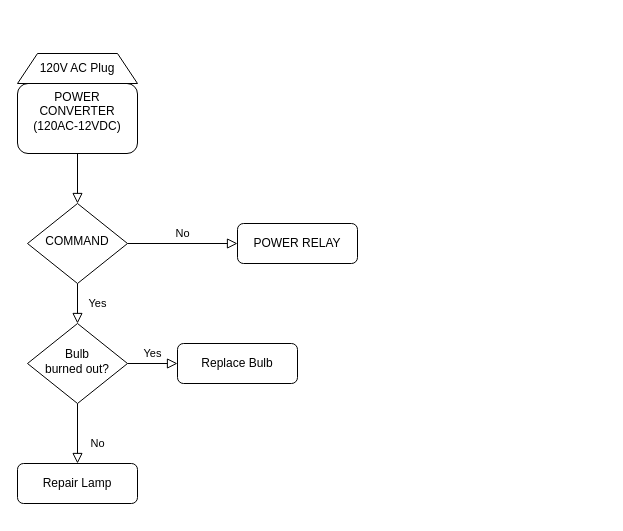
Earlier version of the draw.io diagram Coffee_HighLevel.drawio (liammchugh/HOPE_DECAL). Source tidied: cells renumbered, new cells numbered last; positions are measured from the earlier drawing's top-left corner, leaving out a move shared by most shapes. Both pictures are drawn from the tidied source at 100%, with x=0, y=0 at pixel (17, 53).
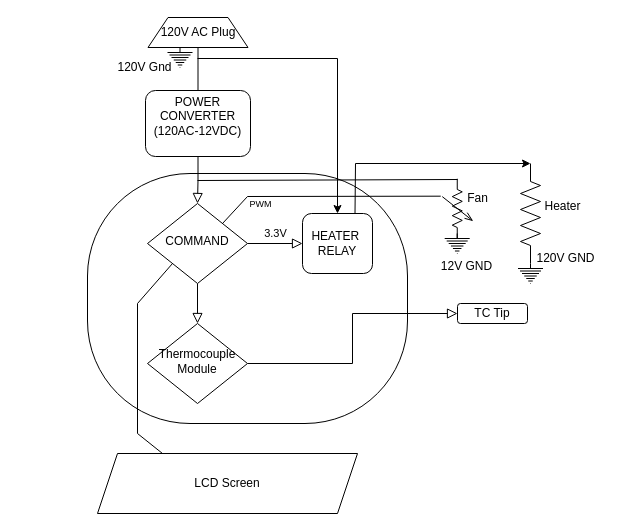
The same diagram, later.

Change to the diagram source:
```diff
@@
+    <mxCell id="14" style="rounded=1;whiteSpace=wrap;html=1;arcSize=41;" parent="1" vertex="1">
+      <mxGeometry x="70" y="120" width="320" height="250" as="geometry" />
+    </mxCell>
@@
     <mxCell id="3" value="POWER CONVERTER&lt;div&gt;(120AC-12VDC)&lt;br&gt;&lt;div&gt;&lt;br&gt;&lt;/div&gt;&lt;/div&gt;" style="rounded=1;whiteSpace=wrap;html=1;fontSize=12;glass=0;strokeWidth=1;shadow=0;" parent="1" vertex="1">
-      <mxGeometry y="30" width="120" height="70" as="geometry" />
+      <mxGeometry x="128" y="37" width="105" height="66" as="geometry" />
     </mxCell>
-    <mxCell id="4" value="Yes" style="rounded=0;html=1;jettySize=auto;fontSize=11;endArrow=block;endFill=0;endSize=8;strokeWidth=1;shadow=0;labelBackgroundColor=none;edgeStyle=orthogonalEdgeStyle;" parent="1" edge="1" source="6" target="10">
+    <mxCell id="4" style="rounded=0;html=1;jettySize=auto;fontSize=11;endArrow=block;endFill=0;endSize=8;strokeWidth=1;shadow=0;labelBackgroundColor=none;edgeStyle=orthogonalEdgeStyle;" parent="1" edge="1" source="6" target="10">
       <mxGeometry y="20" relative="1" as="geometry" />
     </mxCell>
-    <mxCell id="5" value="No" style="edgeStyle=orthogonalEdgeStyle;rounded=0;html=1;jettySize=auto;fontSize=11;endArrow=block;endFill=0;endSize=8;strokeWidth=1;shadow=0;labelBackgroundColor=none;" parent="1" edge="1" source="6" target="7">
+    <mxCell id="5" value="3.3V" style="edgeStyle=orthogonalEdgeStyle;rounded=0;html=1;jettySize=auto;fontSize=11;endArrow=block;endFill=0;endSize=8;strokeWidth=1;shadow=0;labelBackgroundColor=none;" parent="1" edge="1" source="6" target="7">
       <mxGeometry y="10" relative="1" as="geometry" />
     </mxCell>
     <mxCell id="6" value="COMMAND" style="rhombus;whiteSpace=wrap;html=1;shadow=0;fontFamily=Helvetica;fontSize=12;align=center;strokeWidth=1;spacing=6;spacingTop=-4;" parent="1" vertex="1">
-      <mxGeometry x="10" y="150" width="100" height="80" as="geometry" />
+      <mxGeometry x="130" y="150" width="100" height="80" as="geometry" />
     </mxCell>
-    <mxCell id="7" value="POWER RELAY" style="rounded=1;whiteSpace=wrap;html=1;fontSize=12;glass=0;strokeWidth=1;shadow=0;" parent="1" vertex="1">
-      <mxGeometry x="220" y="170" width="120" height="40" as="geometry" />
+    <mxCell id="7" value="HEATER&amp;nbsp;&lt;div&gt;RELAY&lt;/div&gt;" style="rounded=1;whiteSpace=wrap;html=1;fontSize=12;glass=0;strokeWidth=1;shadow=0;" parent="1" vertex="1">
+      <mxGeometry x="285" y="160" width="70" height="60" as="geometry" />
     </mxCell>
-    <mxCell id="8" value="No" style="rounded=0;html=1;jettySize=auto;fontSize=11;endArrow=block;endFill=0;endSize=8;strokeWidth=1;shadow=0;labelBackgroundColor=none;edgeStyle=orthogonalEdgeStyle;" parent="1" edge="1" source="10" target="11">
-      <mxGeometry x="0.33" y="20" relative="1" as="geometry" />
-    </mxCell>
-    <mxCell id="9" value="Yes" style="edgeStyle=orthogonalEdgeStyle;rounded=0;html=1;jettySize=auto;fontSize=11;endArrow=block;endFill=0;endSize=8;strokeWidth=1;shadow=0;labelBackgroundColor=none;" parent="1" edge="1" source="10" target="12">
+    <mxCell id="9" style="edgeStyle=orthogonalEdgeStyle;rounded=0;html=1;jettySize=auto;fontSize=11;endArrow=block;endFill=0;endSize=8;strokeWidth=1;shadow=0;labelBackgroundColor=none;" parent="1" edge="1" source="10" target="12">
       <mxGeometry y="10" relative="1" as="geometry" />
     </mxCell>
-    <mxCell id="10" value="Bulb&lt;br&gt;burned out?" style="rhombus;whiteSpace=wrap;html=1;shadow=0;fontFamily=Helvetica;fontSize=12;align=center;strokeWidth=1;spacing=6;spacingTop=-4;" parent="1" vertex="1">
-      <mxGeometry x="10" y="270" width="100" height="80" as="geometry" />
+    <mxCell id="10" value="Thermocouple Module" style="rhombus;whiteSpace=wrap;html=1;shadow=0;fontFamily=Helvetica;fontSize=12;align=center;strokeWidth=1;spacing=6;spacingTop=-4;" parent="1" vertex="1">
+      <mxGeometry x="130" y="270" width="100" height="80" as="geometry" />
     </mxCell>
-    <mxCell id="11" value="Repair Lamp" style="rounded=1;whiteSpace=wrap;html=1;fontSize=12;glass=0;strokeWidth=1;shadow=0;" parent="1" vertex="1">
-      <mxGeometry y="410" width="120" height="40" as="geometry" />
-    </mxCell>
-    <mxCell id="12" value="Replace Bulb" style="rounded=1;whiteSpace=wrap;html=1;fontSize=12;glass=0;strokeWidth=1;shadow=0;" parent="1" vertex="1">
-      <mxGeometry x="160" y="290" width="120" height="40" as="geometry" />
+    <mxCell id="12" value="TC Tip" style="rounded=1;whiteSpace=wrap;html=1;fontSize=12;glass=0;strokeWidth=1;shadow=0;" parent="1" vertex="1">
+      <mxGeometry x="440" y="250" width="70" height="20" as="geometry" />
     </mxCell>
     <mxCell id="13" value="120V AC Plug" style="shape=trapezoid;perimeter=trapezoidPerimeter;whiteSpace=wrap;html=1;fixedSize=1;" parent="1" vertex="1">
-      <mxGeometry width="120" height="30" as="geometry" />
+      <mxGeometry x="130.5" y="-36" width="100" height="30" as="geometry" />
     </mxCell>
+    <mxCell id="15" style="endArrow=classic;html=1;rounded=0;entryX=0.5;entryY=0;entryDx=0;entryDy=0;" parent="1" edge="1" target="7">
+      <mxGeometry relative="1" as="geometry">
+        <mxPoint x="180" y="5" as="sourcePoint" />
+        <Array as="points">
+          <mxPoint x="320" y="5" />
+        </Array>
+      </mxGeometry>
+    </mxCell>
+    <mxCell id="16" style="endArrow=classic;html=1;rounded=0;exitX=0.75;exitY=0;exitDx=0;exitDy=0;entryX=0;entryY=0.5;entryDx=0;entryDy=0;entryPerimeter=0;" parent="1" edge="1" source="7" target="17">
+      <mxGeometry relative="1" as="geometry">
+        <Array as="points">
+          <mxPoint x="338" y="110" />
+        </Array>
+      </mxGeometry>
+    </mxCell>
+    <mxCell id="17" style="verticalLabelPosition=bottom;shadow=0;dashed=0;align=center;html=1;verticalAlign=top;shape=mxgraph.electrical.resistors.resistor_2;rotation=90;" parent="1" vertex="1">
+      <mxGeometry x="463" y="150" width="100" height="20" as="geometry" />
+    </mxCell>
+    <mxCell id="18" style="endArrow=none;html=1;rounded=0;entryX=0.5;entryY=1;entryDx=0;entryDy=0;exitX=0.5;exitY=0;exitDx=0;exitDy=0;" parent="1" edge="1" source="3" target="13">
+      <mxGeometry relative="1" as="geometry" />
+    </mxCell>
+    <mxCell id="19" style="verticalLabelPosition=bottom;shadow=0;dashed=0;align=center;html=1;verticalAlign=top;shape=mxgraph.electrical.signal_sources.protective_earth;" parent="1" vertex="1">
+      <mxGeometry x="500.5" y="210" width="25" height="20" as="geometry" />
+    </mxCell>
+    <mxCell id="20" value="120V GND" style="text;html=1;align=center;verticalAlign=middle;strokeColor=none;fillColor=none;" parent="1" vertex="1">
+      <mxGeometry x="508" y="190" width="80" height="30" as="geometry" />
+    </mxCell>
+    <mxCell id="21" style="verticalLabelPosition=bottom;shadow=0;dashed=0;align=center;html=1;verticalAlign=top;shape=mxgraph.electrical.signal_sources.protective_earth;" parent="1" vertex="1">
+      <mxGeometry x="150" y="-6" width="25" height="20" as="geometry" />
+    </mxCell>
+    <mxCell id="22" value="120V Gnd" style="text;html=1;align=center;verticalAlign=middle;strokeColor=none;fillColor=none;" parent="1" vertex="1">
+      <mxGeometry x="87" y="-1" width="80" height="30" as="geometry" />
+    </mxCell>
+    <mxCell id="23" value="Heater" style="text;html=1;align=center;verticalAlign=middle;strokeColor=none;fillColor=none;" parent="1" vertex="1">
+      <mxGeometry x="515" y="138" width="60" height="30" as="geometry" />
+    </mxCell>
+    <mxCell id="24" style="verticalLabelPosition=bottom;shadow=0;dashed=0;align=center;html=1;verticalAlign=top;shape=mxgraph.electrical.resistors.variable_resistor_2;rotation=90;" parent="1" vertex="1">
+      <mxGeometry x="410" y="140" width="59.5" height="30" as="geometry" />
+    </mxCell>
+    <mxCell id="25" value="Fan" style="text;html=1;align=center;verticalAlign=middle;strokeColor=none;fillColor=none;" parent="1" vertex="1">
+      <mxGeometry x="440" y="130" width="40" height="30" as="geometry" />
+    </mxCell>
+    <mxCell id="26" style="endArrow=none;html=1;rounded=0;entryX=0.293;entryY=1.051;entryDx=0;entryDy=0;entryPerimeter=0;exitX=1;exitY=0;exitDx=0;exitDy=0;" parent="1" edge="1" source="6" target="24">
+      <mxGeometry relative="1" as="geometry">
+        <Array as="points">
+          <mxPoint x="230" y="143" />
+        </Array>
+      </mxGeometry>
+    </mxCell>
+    <mxCell id="27" value="&lt;font style=&quot;font-size: 9px;&quot;&gt;PWM&lt;/font&gt;" style="text;html=1;align=center;verticalAlign=middle;strokeColor=none;fillColor=none;" parent="1" vertex="1">
+      <mxGeometry x="218" y="135" width="50" height="30" as="geometry" />
+    </mxCell>
+    <mxCell id="28" style="verticalLabelPosition=bottom;shadow=0;dashed=0;align=center;html=1;verticalAlign=top;shape=mxgraph.electrical.signal_sources.protective_earth;" parent="1" vertex="1">
+      <mxGeometry x="427.2" y="180" width="25" height="20" as="geometry" />
+    </mxCell>
+    <mxCell id="29" value="12V GND" style="text;html=1;align=center;verticalAlign=middle;strokeColor=none;fillColor=none;" parent="1" vertex="1">
+      <mxGeometry x="414" y="198" width="70" height="30" as="geometry" />
+    </mxCell>
+    <mxCell id="30" style="endArrow=none;html=1;rounded=0;entryX=0;entryY=0.5;entryDx=0;entryDy=0;entryPerimeter=0;exitX=0.343;exitY=0.025;exitDx=0;exitDy=0;exitPerimeter=0;" parent="1" edge="1">
+      <mxGeometry relative="1" as="geometry">
+        <mxPoint x="180" y="127" as="sourcePoint" />
+        <mxPoint x="440" y="126" as="targetPoint" />
+      </mxGeometry>
+    </mxCell>
+    <mxCell id="31" value="LCD Screen" style="shape=parallelogram;perimeter=parallelogramPerimeter;whiteSpace=wrap;html=1;fixedSize=1;rotation=0;" parent="1" vertex="1">
+      <mxGeometry x="80" y="400" width="260" height="60" as="geometry" />
+    </mxCell>
+    <mxCell id="32" style="endArrow=none;html=1;rounded=0;entryX=0;entryY=1;entryDx=0;entryDy=0;exitX=0.25;exitY=0;exitDx=0;exitDy=0;" parent="1" edge="1" source="31" target="6">
+      <mxGeometry relative="1" as="geometry">
+        <Array as="points">
+          <mxPoint x="120" y="380" />
+          <mxPoint x="120" y="250" />
+        </Array>
+      </mxGeometry>
+    </mxCell>
```
